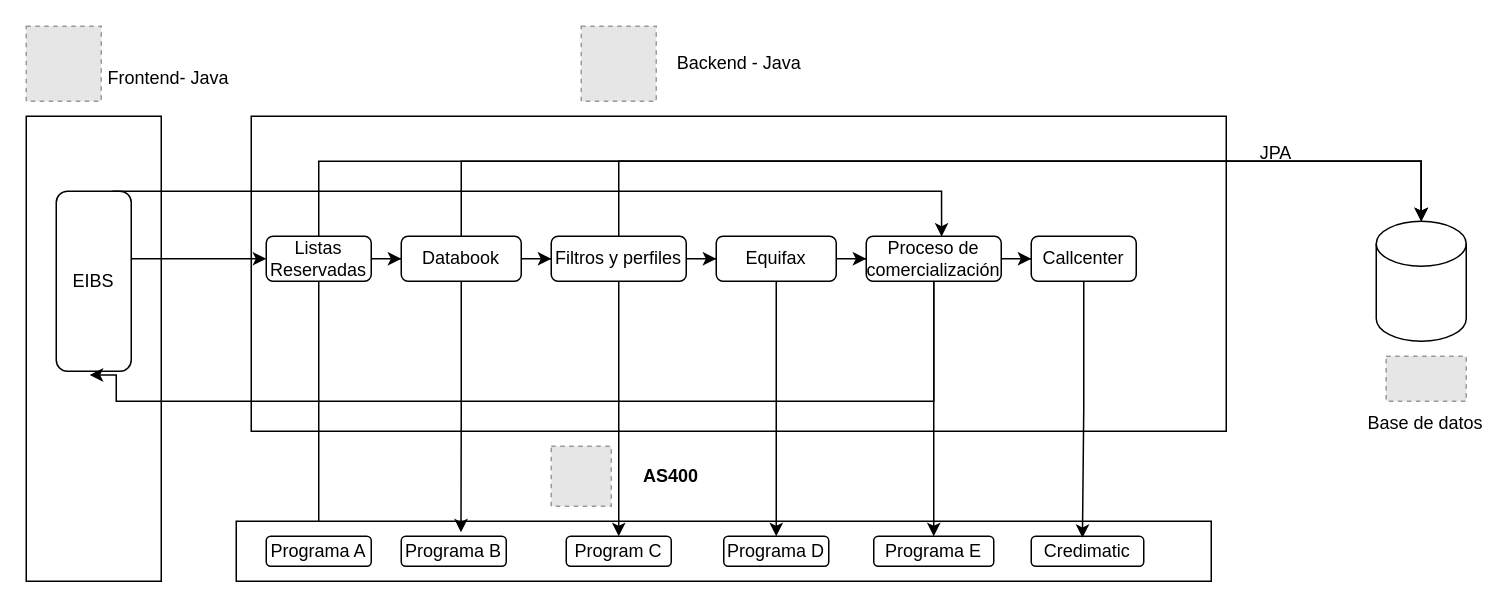
Above: Diagrama sin título.drawio in GonzaloDavid/diagramas (draw.io), before the change. Source tidied: cells renumbered, new cells numbered last; positions are measured from the earlier drawing's top-left corner, leaving out a move shared by most shapes. Both pictures are drawn from the tidied source at 150%, with x=0, y=0 at pixel (26, 26). Pictures stored in the file or linked from it are replaced by grey dashed boxes.
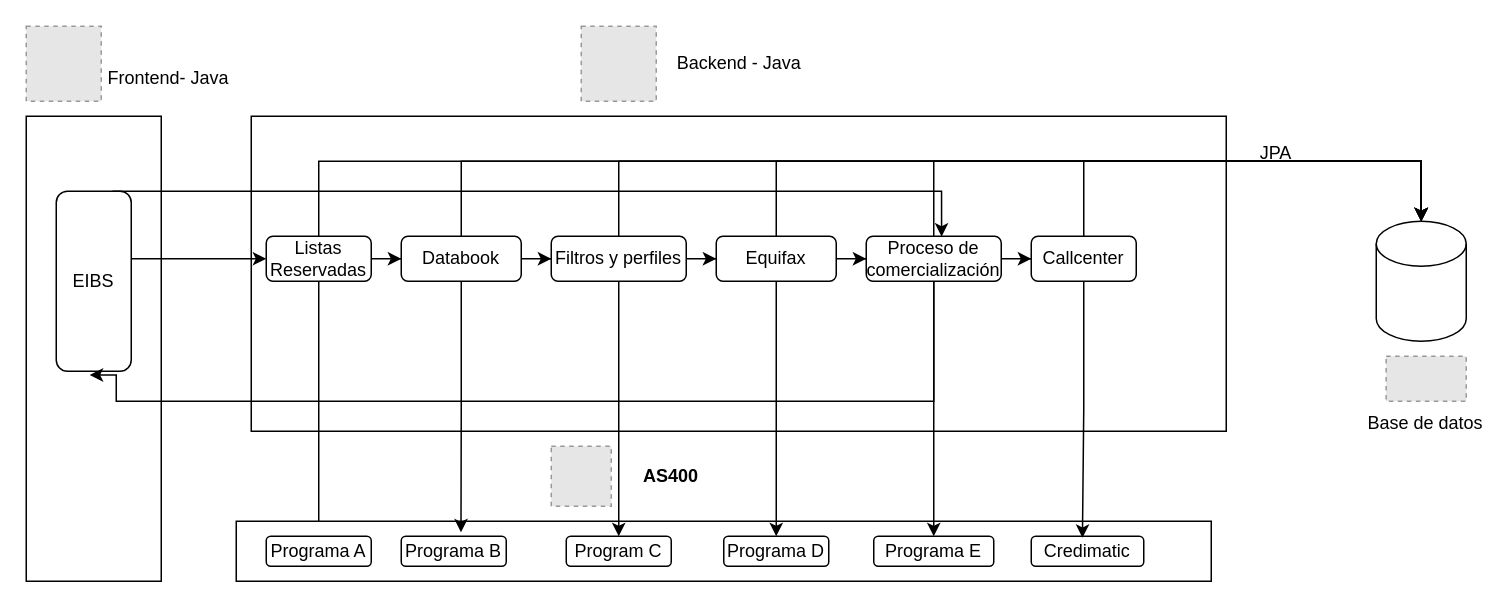
Above is the later version.

Unchanged cells that the change refers to:
```xml
<mxCell id="16" value="Equifax" style="rounded=1;whiteSpace=wrap;html=1;" parent="1" vertex="1">
  <mxGeometry x="460" y="140" width="80" height="30" as="geometry" />
</mxCell>
<mxCell id="19" value="Proceso de comercialización" style="rounded=1;whiteSpace=wrap;html=1;" parent="1" vertex="1">
  <mxGeometry x="560" y="140" width="90" height="30" as="geometry" />
</mxCell>
<mxCell id="24" value="Callcenter" style="rounded=1;whiteSpace=wrap;html=1;" parent="1" vertex="1">
  <mxGeometry x="670" y="140" width="70" height="30" as="geometry" />
</mxCell>
<mxCell id="40" style="shape=cylinder3;whiteSpace=wrap;html=1;boundedLbl=1;backgroundOutline=1;size=15;" parent="1" vertex="1">
  <mxGeometry x="900" y="130" width="60" height="80" as="geometry" />
</mxCell>
```

The edit, as a diff of the source:
```diff
@@
+    <mxCell id="45" style="edgeStyle=orthogonalEdgeStyle;rounded=0;jettySize=auto;html=1;entryX=0.5;entryY=0;entryDx=0;entryDy=0;entryPerimeter=0;" parent="1" edge="1" source="16" target="40">
+      <mxGeometry relative="1" as="geometry">
+        <Array as="points">
+          <mxPoint x="500" y="90" />
+          <mxPoint x="930" y="90" />
+        </Array>
+      </mxGeometry>
+    </mxCell>
+    <mxCell id="46" style="edgeStyle=orthogonalEdgeStyle;rounded=0;jettySize=auto;html=1;entryX=0.5;entryY=0;entryDx=0;entryDy=0;entryPerimeter=0;" parent="1" edge="1" source="19" target="40">
+      <mxGeometry relative="1" as="geometry">
+        <Array as="points">
+          <mxPoint x="605" y="90" />
+          <mxPoint x="930" y="90" />
+        </Array>
+      </mxGeometry>
+    </mxCell>
+    <mxCell id="47" style="edgeStyle=orthogonalEdgeStyle;rounded=0;jettySize=auto;html=1;entryX=0.5;entryY=0;entryDx=0;entryDy=0;entryPerimeter=0;" parent="1" edge="1" source="24" target="40">
+      <mxGeometry relative="1" as="geometry">
+        <Array as="points">
+          <mxPoint x="705" y="90" />
+          <mxPoint x="930" y="90" />
+        </Array>
+      </mxGeometry>
+    </mxCell>
```
